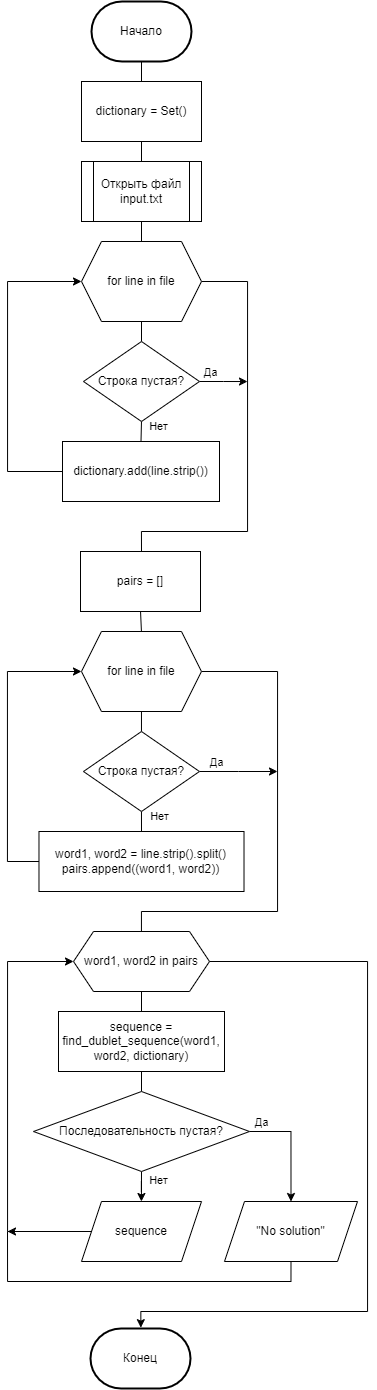
This is Lab 2/3.1/Дублеты.drawio.png from EdgeFirewalk/Software-Design-and-Testing-Labs, a draw.io export, as it was before one commit. Source tidied: cells renumbered, new cells last; positions are measured from the earlier drawing's top-left corner, leaving out a move shared by most shapes. Source of this version:
```xml
<mxGraphModel>
  <root>
    <mxCell id="0" />
    <mxCell id="1" parent="0" />
    <mxCell id="2" style="edgeStyle=orthogonalEdgeStyle;rounded=0;jettySize=auto;html=1;exitX=0.5;exitY=1;exitDx=0;exitDy=0;exitPerimeter=0;entryX=0.5;entryY=0;entryDx=0;entryDy=0;endArrow=none;endFill=0;" parent="1" edge="1" source="3" target="5">
      <mxGeometry relative="1" as="geometry" />
    </mxCell>
    <mxCell id="3" value="Начало" style="strokeWidth=2;html=1;shape=mxgraph.flowchart.terminator;whiteSpace=wrap;" parent="1" vertex="1">
      <mxGeometry x="84" width="100" height="60" as="geometry" />
    </mxCell>
    <mxCell id="4" style="edgeStyle=orthogonalEdgeStyle;rounded=0;jettySize=auto;html=1;exitX=0.5;exitY=1;exitDx=0;exitDy=0;entryX=0.5;entryY=0;entryDx=0;entryDy=0;endArrow=none;endFill=0;" parent="1" edge="1" source="5" target="7">
      <mxGeometry relative="1" as="geometry" />
    </mxCell>
    <mxCell id="5" value="dictionary = Set()" style="rounded=0;whiteSpace=wrap;html=1;" parent="1" vertex="1">
      <mxGeometry x="74" y="80" width="120" height="60" as="geometry" />
    </mxCell>
    <mxCell id="6" style="edgeStyle=orthogonalEdgeStyle;rounded=0;jettySize=auto;html=1;exitX=0.5;exitY=1;exitDx=0;exitDy=0;entryX=0.5;entryY=0;entryDx=0;entryDy=0;endArrow=none;endFill=0;" parent="1" edge="1" source="7" target="10">
      <mxGeometry relative="1" as="geometry" />
    </mxCell>
    <mxCell id="7" value="Открыть файл input.txt" style="shape=process;whiteSpace=wrap;html=1;backgroundOutline=1;" parent="1" vertex="1">
      <mxGeometry x="74" y="160" width="120" height="60" as="geometry" />
    </mxCell>
    <mxCell id="8" style="edgeStyle=orthogonalEdgeStyle;rounded=0;jettySize=auto;html=1;exitX=0.5;exitY=1;exitDx=0;exitDy=0;entryX=0.5;entryY=0;entryDx=0;entryDy=0;endArrow=none;endFill=0;" parent="1" edge="1" source="10" target="15">
      <mxGeometry relative="1" as="geometry" />
    </mxCell>
    <mxCell id="9" style="edgeStyle=orthogonalEdgeStyle;rounded=0;jettySize=auto;html=1;exitX=1;exitY=0.5;exitDx=0;exitDy=0;endArrow=none;endFill=0;" parent="1" edge="1" source="10">
      <mxGeometry relative="1" as="geometry">
        <mxPoint x="134" y="550" as="targetPoint" />
        <Array as="points">
          <mxPoint x="240" y="280" />
          <mxPoint x="240" y="530" />
          <mxPoint x="134" y="530" />
        </Array>
      </mxGeometry>
    </mxCell>
    <mxCell id="10" value="for line in file" style="shape=hexagon;perimeter=hexagonPerimeter2;whiteSpace=wrap;html=1;fixedSize=1;" parent="1" vertex="1">
      <mxGeometry x="74" y="240" width="120" height="80" as="geometry" />
    </mxCell>
    <mxCell id="11" style="edgeStyle=orthogonalEdgeStyle;rounded=0;jettySize=auto;html=1;exitX=0.5;exitY=1;exitDx=0;exitDy=0;entryX=0.5;entryY=0;entryDx=0;entryDy=0;endArrow=none;endFill=0;" parent="1" edge="1" source="15" target="17">
      <mxGeometry relative="1" as="geometry" />
    </mxCell>
    <mxCell id="12" value="Нет" style="edgeLabel;html=1;align=center;verticalAlign=middle;" parent="11" vertex="1">
      <mxGeometry x="-0.53" relative="1" as="geometry">
        <mxPoint x="17" as="offset" />
      </mxGeometry>
    </mxCell>
    <mxCell id="13" style="edgeStyle=orthogonalEdgeStyle;rounded=0;jettySize=auto;html=1;exitX=1;exitY=0.5;exitDx=0;exitDy=0;endArrow=classic;endFill=1;" parent="1" edge="1" source="15">
      <mxGeometry relative="1" as="geometry">
        <mxPoint x="240" y="380" as="targetPoint" />
      </mxGeometry>
    </mxCell>
    <mxCell id="14" value="Да" style="edgeLabel;html=1;align=center;verticalAlign=middle;" parent="13" vertex="1">
      <mxGeometry x="-0.57" y="3" relative="1" as="geometry">
        <mxPoint y="-7" as="offset" />
      </mxGeometry>
    </mxCell>
    <mxCell id="15" value="Строка пустая?" style="rhombus;whiteSpace=wrap;html=1;" parent="1" vertex="1">
      <mxGeometry x="76" y="340" width="116" height="80" as="geometry" />
    </mxCell>
    <mxCell id="16" style="edgeStyle=orthogonalEdgeStyle;rounded=0;jettySize=auto;html=1;exitX=0;exitY=0.5;exitDx=0;exitDy=0;entryX=0;entryY=0.5;entryDx=0;entryDy=0;endArrow=classic;endFill=1;" parent="1" edge="1" source="17" target="10">
      <mxGeometry relative="1" as="geometry">
        <Array as="points">
          <mxPoint y="470" />
          <mxPoint y="280" />
        </Array>
      </mxGeometry>
    </mxCell>
    <mxCell id="17" value="dictionary.add(line.strip())" style="rounded=0;whiteSpace=wrap;html=1;" parent="1" vertex="1">
      <mxGeometry x="55" y="440" width="157" height="60" as="geometry" />
    </mxCell>
    <mxCell id="18" style="edgeStyle=orthogonalEdgeStyle;rounded=0;jettySize=auto;html=1;exitX=0.5;exitY=1;exitDx=0;exitDy=0;entryX=0.5;entryY=0;entryDx=0;entryDy=0;endArrow=none;endFill=0;" parent="1" edge="1" source="19" target="22">
      <mxGeometry relative="1" as="geometry" />
    </mxCell>
    <mxCell id="19" value="pairs = []" style="rounded=0;whiteSpace=wrap;html=1;" parent="1" vertex="1">
      <mxGeometry x="73" y="550" width="120" height="60" as="geometry" />
    </mxCell>
    <mxCell id="20" style="edgeStyle=orthogonalEdgeStyle;rounded=0;jettySize=auto;html=1;exitX=0.5;exitY=1;exitDx=0;exitDy=0;entryX=0.5;entryY=0;entryDx=0;entryDy=0;endArrow=none;endFill=0;" parent="1" edge="1" source="22" target="27">
      <mxGeometry relative="1" as="geometry" />
    </mxCell>
    <mxCell id="21" style="edgeStyle=orthogonalEdgeStyle;rounded=0;jettySize=auto;html=1;exitX=1;exitY=0.5;exitDx=0;exitDy=0;endArrow=none;endFill=0;" parent="1" edge="1" source="22">
      <mxGeometry relative="1" as="geometry">
        <mxPoint x="130" y="930" as="targetPoint" />
        <Array as="points">
          <mxPoint x="270" y="670" />
          <mxPoint x="270" y="910" />
          <mxPoint x="134" y="910" />
          <mxPoint x="134" y="930" />
        </Array>
      </mxGeometry>
    </mxCell>
    <mxCell id="22" value="for line in file" style="shape=hexagon;perimeter=hexagonPerimeter2;whiteSpace=wrap;html=1;fixedSize=1;" parent="1" vertex="1">
      <mxGeometry x="74" y="630" width="120" height="80" as="geometry" />
    </mxCell>
    <mxCell id="23" style="edgeStyle=orthogonalEdgeStyle;rounded=0;jettySize=auto;html=1;exitX=0.5;exitY=1;exitDx=0;exitDy=0;entryX=0.5;entryY=0;entryDx=0;entryDy=0;endArrow=none;endFill=0;" parent="1" edge="1" source="27" target="29">
      <mxGeometry relative="1" as="geometry" />
    </mxCell>
    <mxCell id="24" value="Нет" style="edgeLabel;html=1;align=center;verticalAlign=middle;" parent="23" vertex="1">
      <mxGeometry x="-0.53" relative="1" as="geometry">
        <mxPoint x="17" as="offset" />
      </mxGeometry>
    </mxCell>
    <mxCell id="25" style="edgeStyle=orthogonalEdgeStyle;rounded=0;jettySize=auto;html=1;exitX=1;exitY=0.5;exitDx=0;exitDy=0;endArrow=classic;endFill=1;" parent="1" edge="1" source="27">
      <mxGeometry relative="1" as="geometry">
        <mxPoint x="270" y="770" as="targetPoint" />
      </mxGeometry>
    </mxCell>
    <mxCell id="26" value="Да" style="edgeLabel;html=1;align=center;verticalAlign=middle;" parent="25" vertex="1">
      <mxGeometry x="-0.57" y="3" relative="1" as="geometry">
        <mxPoint y="-7" as="offset" />
      </mxGeometry>
    </mxCell>
    <mxCell id="27" value="Строка пустая?" style="rhombus;whiteSpace=wrap;html=1;" parent="1" vertex="1">
      <mxGeometry x="76" y="730" width="116" height="80" as="geometry" />
    </mxCell>
    <mxCell id="28" style="edgeStyle=orthogonalEdgeStyle;rounded=0;jettySize=auto;html=1;exitX=0;exitY=0.5;exitDx=0;exitDy=0;entryX=0;entryY=0.5;entryDx=0;entryDy=0;endArrow=classic;endFill=1;" parent="1" edge="1" source="29" target="22">
      <mxGeometry relative="1" as="geometry">
        <Array as="points">
          <mxPoint y="860" />
          <mxPoint y="670" />
        </Array>
      </mxGeometry>
    </mxCell>
    <mxCell id="29" value="word1, word2 = line.strip().split()&lt;div&gt;pairs.append((word1, word2))&lt;br&gt;&lt;/div&gt;" style="rounded=0;whiteSpace=wrap;html=1;" parent="1" vertex="1">
      <mxGeometry x="31.5" y="830" width="205" height="60" as="geometry" />
    </mxCell>
    <mxCell id="30" style="edgeStyle=orthogonalEdgeStyle;rounded=0;jettySize=auto;html=1;exitX=0.5;exitY=1;exitDx=0;exitDy=0;entryX=0.5;entryY=0;entryDx=0;entryDy=0;endArrow=none;endFill=0;" parent="1" edge="1" source="32" target="34">
      <mxGeometry relative="1" as="geometry" />
    </mxCell>
    <mxCell id="31" style="edgeStyle=orthogonalEdgeStyle;rounded=0;jettySize=auto;html=1;exitX=1;exitY=0.5;exitDx=0;exitDy=0;" parent="1" edge="1" source="32">
      <mxGeometry relative="1" as="geometry">
        <mxPoint x="133.3" y="1326.2" as="targetPoint" />
        <Array as="points">
          <mxPoint x="360" y="960" />
          <mxPoint x="360" y="1310" />
          <mxPoint x="133" y="1310" />
        </Array>
      </mxGeometry>
    </mxCell>
    <mxCell id="32" value="word1, word2 in pairs" style="shape=hexagon;perimeter=hexagonPerimeter2;whiteSpace=wrap;html=1;fixedSize=1;" parent="1" vertex="1">
      <mxGeometry x="66" y="930" width="136" height="60" as="geometry" />
    </mxCell>
    <mxCell id="33" style="edgeStyle=orthogonalEdgeStyle;rounded=0;jettySize=auto;html=1;exitX=0.5;exitY=1;exitDx=0;exitDy=0;entryX=0.5;entryY=0;entryDx=0;entryDy=0;endArrow=none;endFill=0;" parent="1" edge="1" source="34" target="39">
      <mxGeometry relative="1" as="geometry" />
    </mxCell>
    <mxCell id="34" value="sequence = find_dublet_sequence(word1, word2, dictionary)" style="rounded=0;whiteSpace=wrap;html=1;" parent="1" vertex="1">
      <mxGeometry x="51" y="1010" width="166" height="60" as="geometry" />
    </mxCell>
    <mxCell id="35" style="edgeStyle=orthogonalEdgeStyle;rounded=0;jettySize=auto;html=1;exitX=0.5;exitY=1;exitDx=0;exitDy=0;" parent="1" edge="1" source="39" target="41">
      <mxGeometry relative="1" as="geometry" />
    </mxCell>
    <mxCell id="36" value="Нет" style="edgeLabel;html=1;align=center;verticalAlign=middle;" parent="35" vertex="1">
      <mxGeometry x="-0.68" relative="1" as="geometry">
        <mxPoint x="16" as="offset" />
      </mxGeometry>
    </mxCell>
    <mxCell id="37" style="edgeStyle=orthogonalEdgeStyle;rounded=0;jettySize=auto;html=1;exitX=1;exitY=0.5;exitDx=0;exitDy=0;entryX=0.5;entryY=0;entryDx=0;entryDy=0;" parent="1" edge="1" source="39" target="43">
      <mxGeometry relative="1" as="geometry" />
    </mxCell>
    <mxCell id="38" value="Да" style="edgeLabel;html=1;align=center;verticalAlign=middle;" parent="37" vertex="1">
      <mxGeometry x="-0.8" y="-3" relative="1" as="geometry">
        <mxPoint y="-13" as="offset" />
      </mxGeometry>
    </mxCell>
    <mxCell id="39" value="Последовательность пустая?" style="rhombus;whiteSpace=wrap;html=1;" parent="1" vertex="1">
      <mxGeometry x="26" y="1090" width="216" height="80" as="geometry" />
    </mxCell>
    <mxCell id="40" style="edgeStyle=orthogonalEdgeStyle;rounded=0;jettySize=auto;html=1;exitX=0;exitY=0.5;exitDx=0;exitDy=0;entryX=0;entryY=0.5;entryDx=0;entryDy=0;" parent="1" edge="1" source="41" target="32">
      <mxGeometry relative="1" as="geometry">
        <Array as="points">
          <mxPoint y="1230" />
          <mxPoint y="960" />
        </Array>
      </mxGeometry>
    </mxCell>
    <mxCell id="41" value="sequence" style="shape=parallelogram;perimeter=parallelogramPerimeter;whiteSpace=wrap;html=1;fixedSize=1;" parent="1" vertex="1">
      <mxGeometry x="74" y="1200" width="120" height="60" as="geometry" />
    </mxCell>
    <mxCell id="42" style="edgeStyle=orthogonalEdgeStyle;rounded=0;jettySize=auto;html=1;exitX=0.5;exitY=1;exitDx=0;exitDy=0;endArrow=none;endFill=0;" parent="1" edge="1" source="43">
      <mxGeometry relative="1" as="geometry">
        <mxPoint y="1230" as="targetPoint" />
        <Array as="points">
          <mxPoint x="283" y="1280" />
          <mxPoint y="1280" />
        </Array>
      </mxGeometry>
    </mxCell>
    <mxCell id="43" value="&quot;No solution&quot;" style="shape=parallelogram;perimeter=parallelogramPerimeter;whiteSpace=wrap;html=1;fixedSize=1;" parent="1" vertex="1">
      <mxGeometry x="217" y="1200" width="133" height="60" as="geometry" />
    </mxCell>
    <mxCell id="44" style="endArrow=classic;html=1;rounded=0;" parent="1" edge="1">
      <mxGeometry relative="1" as="geometry">
        <mxPoint x="50" y="1230" as="sourcePoint" />
        <mxPoint y="1230" as="targetPoint" />
      </mxGeometry>
    </mxCell>
    <mxCell id="45" value="Конец" style="strokeWidth=2;html=1;shape=mxgraph.flowchart.terminator;whiteSpace=wrap;" parent="1" vertex="1">
      <mxGeometry x="83" y="1327" width="100" height="60" as="geometry" />
    </mxCell>
  </root>
</mxGraphModel>
```
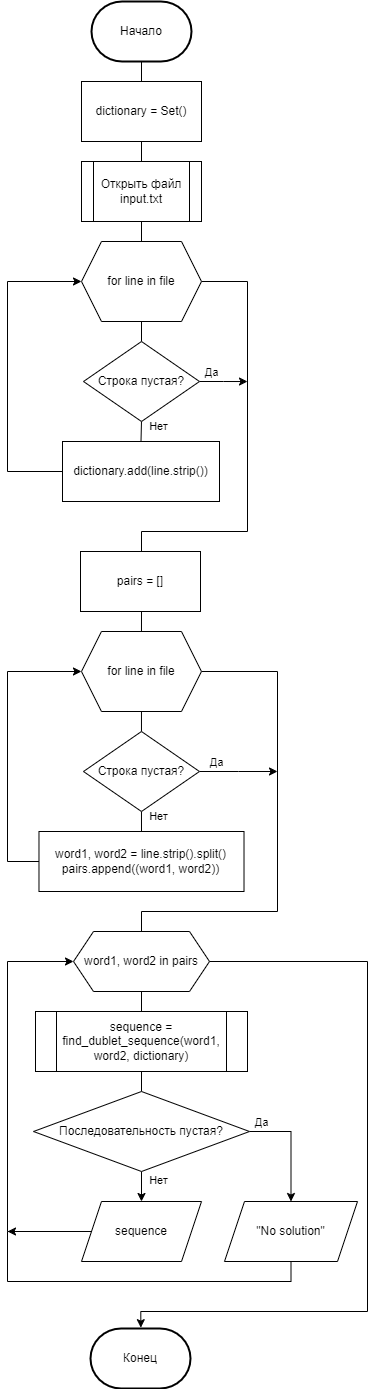
After the change.

The edit, as a diff of the source:
```diff
@@ -143,7 +143,7 @@
       <mxGeometry relative="1" as="geometry" />
     </mxCell>
     <mxCell id="34" value="sequence = find_dublet_sequence(word1, word2, dictionary)" style="rounded=0;whiteSpace=wrap;html=1;" parent="1" vertex="1">
-      <mxGeometry x="51" y="1010" width="166" height="60" as="geometry" />
+      <mxGeometry x="39.5" y="1010" width="189" height="60" as="geometry" />
     </mxCell>
     <mxCell id="35" style="edgeStyle=orthogonalEdgeStyle;rounded=0;jettySize=auto;html=1;exitX=0.5;exitY=1;exitDx=0;exitDy=0;" parent="1" edge="1" source="39" target="41">
       <mxGeometry relative="1" as="geometry" />
@@ -196,5 +196,8 @@
     <mxCell id="45" value="Конец" style="strokeWidth=2;html=1;shape=mxgraph.flowchart.terminator;whiteSpace=wrap;" parent="1" vertex="1">
       <mxGeometry x="83" y="1327" width="100" height="60" as="geometry" />
     </mxCell>
+    <mxCell id="46" value="sequence = find_dublet_sequence(word1, word2, dictionary)" style="shape=process;whiteSpace=wrap;html=1;backgroundOutline=1;" parent="1" vertex="1">
+      <mxGeometry x="28" y="1010" width="212" height="60" as="geometry" />
+    </mxCell>
   </root>
 </mxGraphModel>
```
